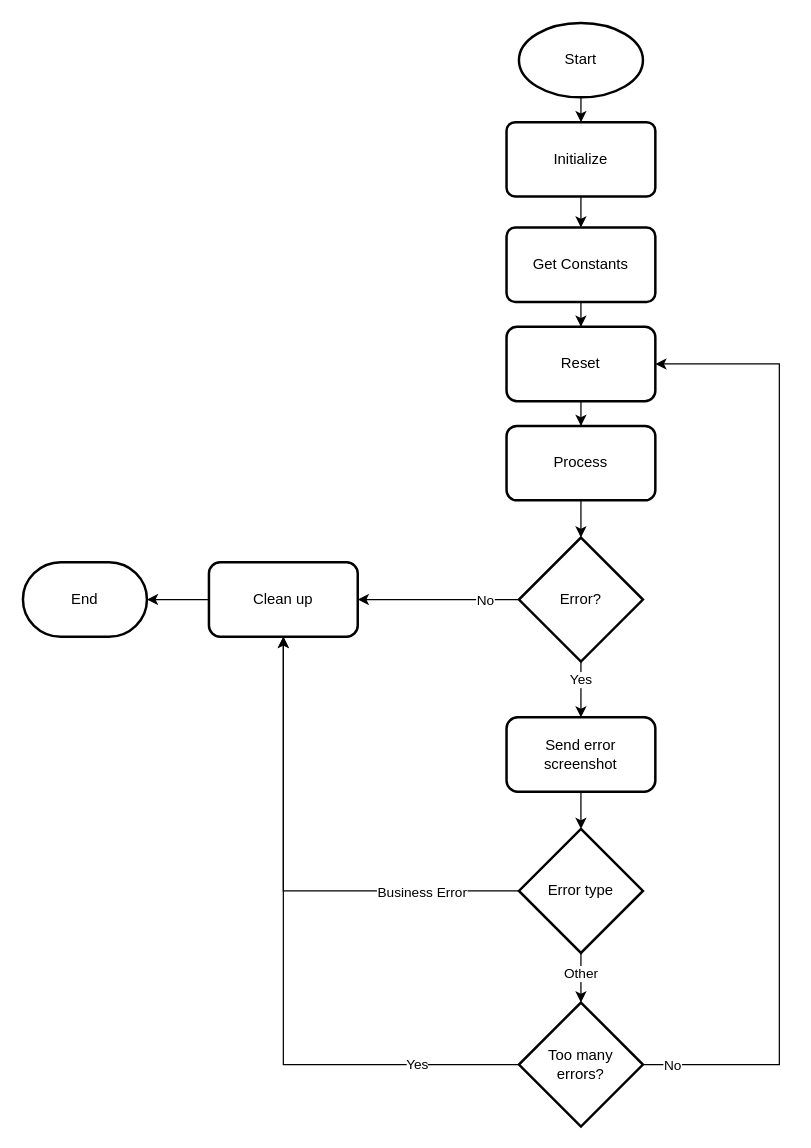
Earlier version of the draw.io diagram Robot-Framework.drawio (itk-dev-rpa/Robot-Framework). Source tidied: cells renumbered, new cells numbered last; positions are measured from the earlier drawing's top-left corner, leaving out a move shared by most shapes. Both pictures are drawn from the tidied source at 124%, with x=0, y=0 at pixel (22, 22).
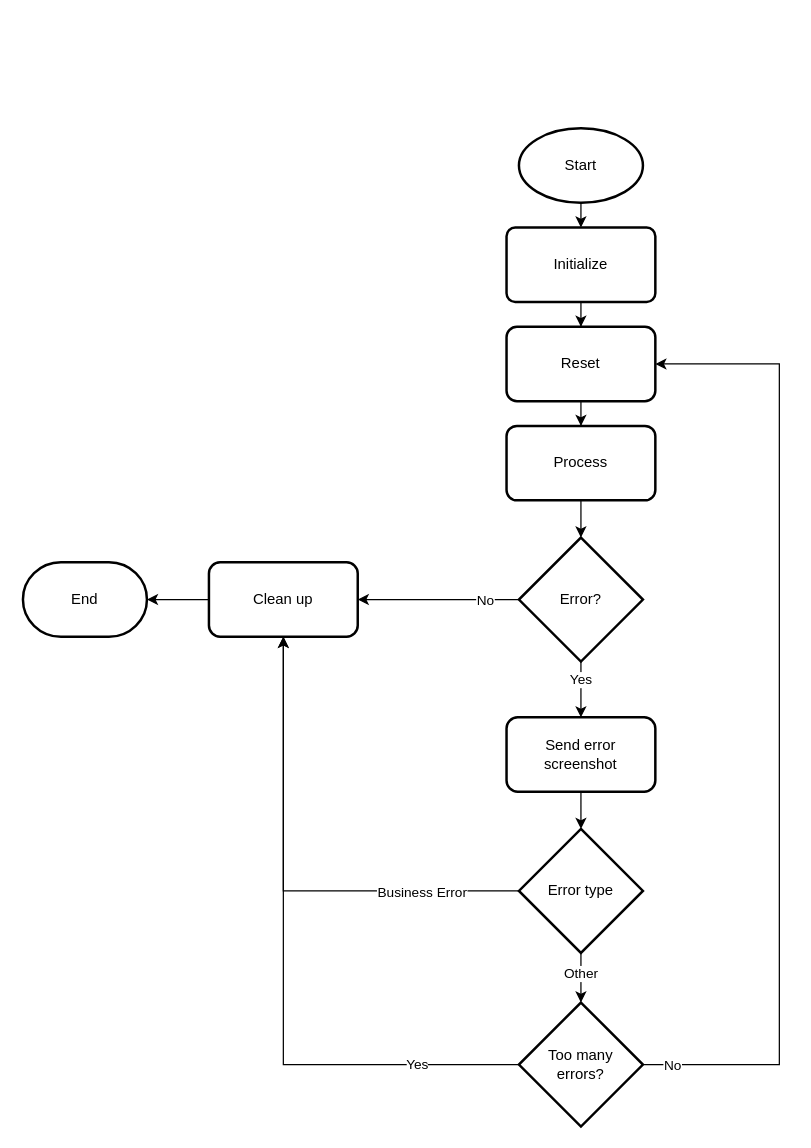
Above is the later version.

The change refers to these unchanged cells:
```xml
<mxCell id="9" value="Reset" style="whiteSpace=wrap;html=1;rounded=1;arcSize=14;strokeWidth=2;" parent="1" vertex="1">
  <mxGeometry x="390" y="245" width="120" height="60" as="geometry" />
</mxCell>
```

Diff of the diagram source:
```diff
@@
     <mxCell id="3" value="Start" style="strokeWidth=2;html=1;shape=mxgraph.flowchart.start_1;whiteSpace=wrap;" parent="1" vertex="1">
-      <mxGeometry x="400" width="100" height="60" as="geometry" />
+      <mxGeometry x="400" y="85" width="100" height="60" as="geometry" />
     </mxCell>
-    <mxCell id="4" style="edgeStyle=orthogonalEdgeStyle;rounded=0;jettySize=auto;html=1;" parent="1" edge="1" source="5" target="7">
-      <mxGeometry relative="1" as="geometry" />
-    </mxCell>
     <mxCell id="5" value="Initialize" style="rounded=1;whiteSpace=wrap;html=1;absoluteArcSize=1;arcSize=14;strokeWidth=2;" parent="1" vertex="1">
-      <mxGeometry x="390" y="80" width="120" height="60" as="geometry" />
+      <mxGeometry x="390" y="165" width="120" height="60" as="geometry" />
     </mxCell>
-    <mxCell id="6" style="edgeStyle=orthogonalEdgeStyle;rounded=0;jettySize=auto;html=1;" parent="1" edge="1" source="7" target="9">
+    <mxCell id="6" style="edgeStyle=orthogonalEdgeStyle;rounded=0;jettySize=auto;html=1;exitX=0.5;exitY=1;exitDx=0;exitDy=0;" parent="1" edge="1" source="5" target="9">
       <mxGeometry relative="1" as="geometry" />
     </mxCell>
-    <mxCell id="7" value="Get Constants" style="rounded=1;whiteSpace=wrap;html=1;absoluteArcSize=1;arcSize=14;strokeWidth=2;" parent="1" vertex="1">
-      <mxGeometry x="390" y="165" width="120" height="60" as="geometry" />
-    </mxCell>
```
